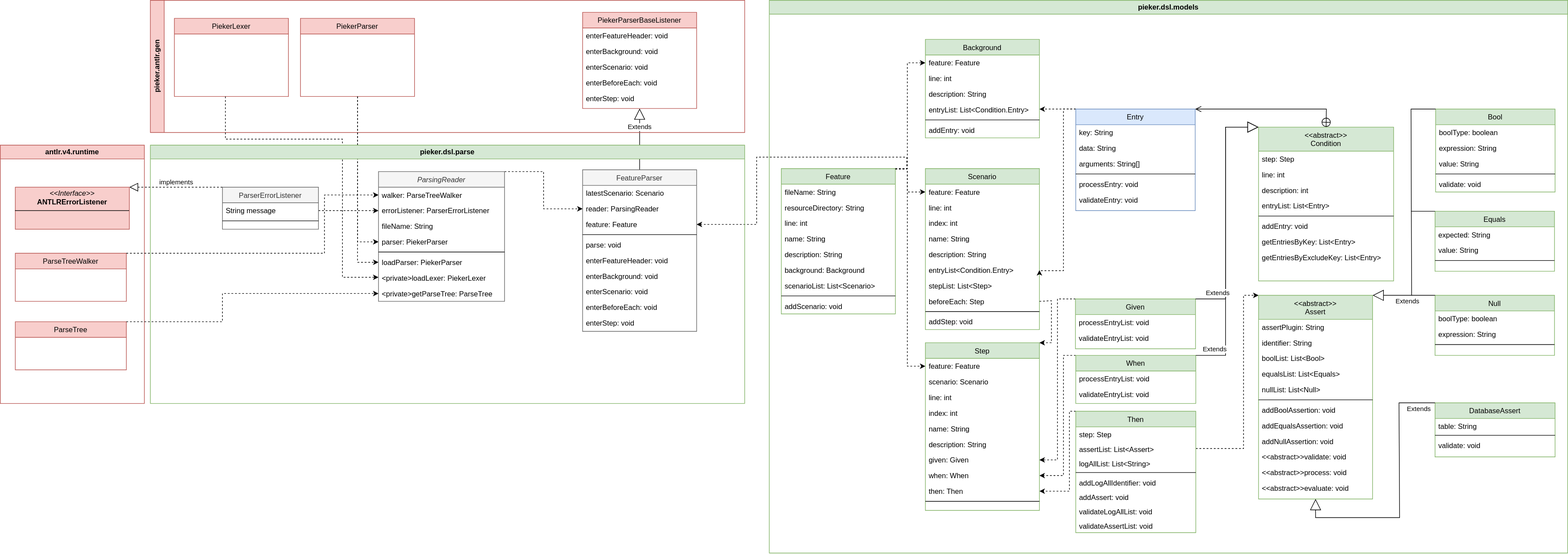
Before: dsl/doc/images/classdiagram-dsl.svg, a diagram exported from draw.io (PIEKER/Pieker). Source tidied: cells renumbered, new cells last; positions are measured from the earlier drawing's top-left corner, leaving out a move shared by most shapes.
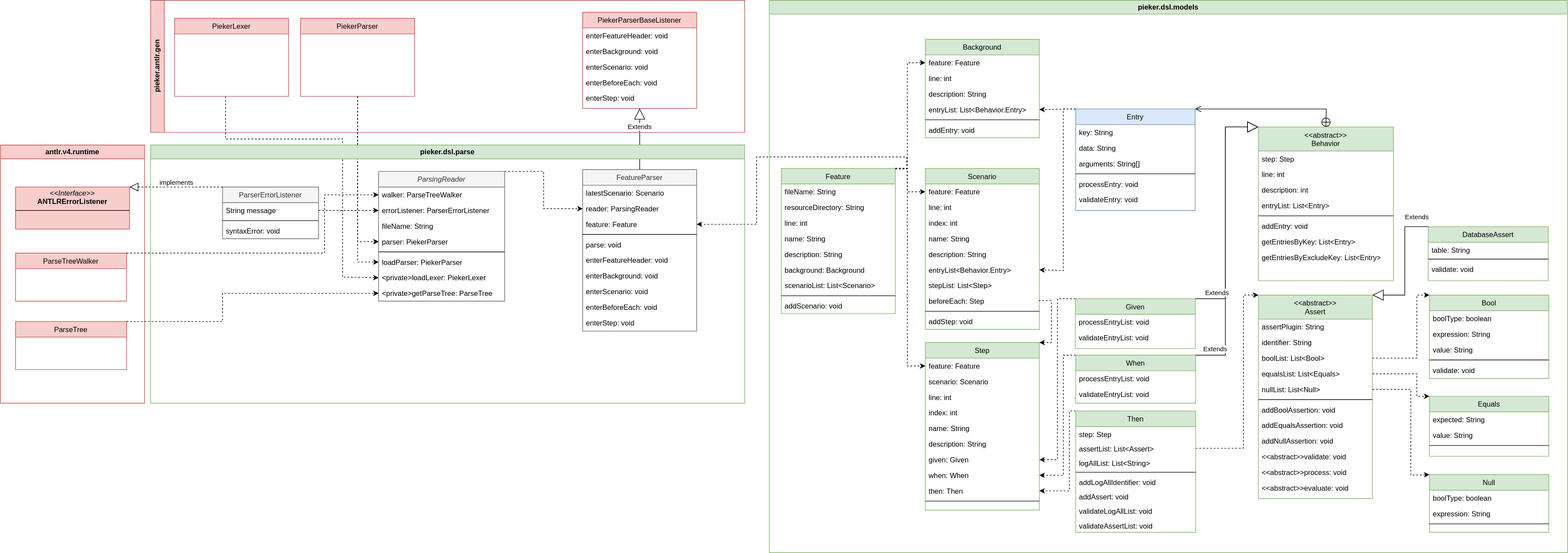
Later version of the same file.

The edit, as a diff of the source:
```diff
@@ -129,7 +129,7 @@
     <mxCell id="37" value="description: String" style="text;align=left;verticalAlign=top;spacingLeft=4;spacingRight=4;overflow=hidden;rounded=0;shadow=0;html=0;" parent="34" vertex="1">
       <mxGeometry y="78" width="190" height="26" as="geometry" />
     </mxCell>
-    <mxCell id="38" value="entryList: List&lt;Condition.Entry&gt;" style="text;align=left;verticalAlign=top;spacingLeft=4;spacingRight=4;overflow=hidden;points=[[0,0.5],[1,0.5]];portConstraint=eastwest;rounded=0;shadow=0;html=0;" parent="34" vertex="1">
+    <mxCell id="38" value="entryList: List&lt;Behavior.Entry&gt;" style="text;align=left;verticalAlign=top;spacingLeft=4;spacingRight=4;overflow=hidden;points=[[0,0.5],[1,0.5]];portConstraint=eastwest;rounded=0;shadow=0;html=0;" parent="34" vertex="1">
       <mxGeometry y="104" width="190" height="26" as="geometry" />
     </mxCell>
     <mxCell id="39" style="line;html=1;strokeWidth=1;align=left;verticalAlign=middle;spacingTop=-1;spacingLeft=3;spacingRight=3;labelPosition=right;" parent="34" vertex="1">
@@ -164,7 +164,7 @@
     <mxCell id="47" value="description: String" style="text;align=left;verticalAlign=top;spacingLeft=4;spacingRight=4;overflow=hidden;rounded=0;shadow=0;html=0;" parent="42" vertex="1">
       <mxGeometry y="130" width="190" height="26" as="geometry" />
     </mxCell>
-    <mxCell id="48" value="entryList&lt;Condition.Entry&gt;" style="text;align=left;verticalAlign=top;spacingLeft=4;spacingRight=4;overflow=hidden;points=[[0,0.5],[1,0.5]];portConstraint=eastwest;rounded=0;shadow=0;html=0;" parent="42" vertex="1">
+    <mxCell id="48" value="entryList&lt;Behavior.Entry&gt;" style="text;align=left;verticalAlign=top;spacingLeft=4;spacingRight=4;overflow=hidden;points=[[0,0.5],[1,0.5]];portConstraint=eastwest;rounded=0;shadow=0;html=0;" parent="42" vertex="1">
       <mxGeometry y="156" width="190" height="26" as="geometry" />
     </mxCell>
     <mxCell id="49" value="stepList: List&lt;Step&gt;" style="text;align=left;verticalAlign=top;spacingLeft=4;spacingRight=4;overflow=hidden;rounded=0;shadow=0;html=0;" parent="42" vertex="1">
@@ -212,7 +212,7 @@
     <mxCell id="63" style="line;html=1;strokeWidth=1;align=left;verticalAlign=middle;spacingTop=-1;spacingLeft=3;spacingRight=3;labelPosition=right;" parent="53" vertex="1">
       <mxGeometry y="260" width="190" height="8" as="geometry" />
     </mxCell>
-    <mxCell id="64" value="&lt;&lt;abstract&gt;&gt;&#10;Condition" style="swimlane;fontStyle=0;align=center;verticalAlign=top;horizontal=1;startSize=40;rounded=0;shadow=0;strokeWidth=1;fillColor=#d5e8d4;strokeColor=#82b366;" parent="22" vertex="1">
+    <mxCell id="64" value="&lt;&lt;abstract&gt;&gt;&#10;Behavior" style="swimlane;fontStyle=0;align=center;verticalAlign=top;horizontal=1;startSize=40;rounded=0;shadow=0;strokeWidth=1;fillColor=#d5e8d4;strokeColor=#82b366;" parent="22" vertex="1">
       <mxGeometry x="815" y="211" width="225" height="256" as="geometry" />
     </mxCell>
     <mxCell id="65" value="step: Step" style="text;align=left;verticalAlign=top;spacingLeft=4;spacingRight=4;overflow=hidden;" parent="64" vertex="1">
@@ -432,7 +432,7 @@
       <mxGeometry y="308" width="190" height="26" as="geometry" />
     </mxCell>
     <mxCell id="119" value="Equals" style="swimlane;fontStyle=0;align=center;verticalAlign=top;horizontal=1;startSize=26;rounded=0;shadow=0;strokeWidth=1;fillColor=#d5e8d4;strokeColor=#82b366;" parent="22" vertex="1">
-      <mxGeometry x="1109" y="351" width="199" height="100" as="geometry" />
+      <mxGeometry x="1100" y="659.5" width="199" height="100" as="geometry" />
     </mxCell>
     <mxCell id="120" value="expected: String" style="text;align=left;verticalAlign=top;spacingLeft=4;spacingRight=4;overflow=hidden;rounded=0;shadow=0;html=0;" parent="119" vertex="1">
       <mxGeometry y="26" width="199" height="26" as="geometry" />
@@ -444,7 +444,7 @@
       <mxGeometry y="78" width="199" height="8" as="geometry" />
     </mxCell>
     <mxCell id="123" value="Bool" style="swimlane;fontStyle=0;align=center;verticalAlign=top;horizontal=1;startSize=26;rounded=0;shadow=0;strokeWidth=1;fillColor=#d5e8d4;strokeColor=#82b366;" parent="22" vertex="1">
-      <mxGeometry x="1110" y="181" width="199" height="138" as="geometry" />
+      <mxGeometry x="1100" y="491" width="199" height="139" as="geometry" />
     </mxCell>
     <mxCell id="124" value="boolType: boolean" style="text;align=left;verticalAlign=top;spacingLeft=4;spacingRight=4;overflow=hidden;" parent="123" vertex="1">
       <mxGeometry y="26" width="199" height="26" as="geometry" />
@@ -462,7 +462,7 @@
       <mxGeometry y="112" width="199" height="26" as="geometry" />
     </mxCell>
     <mxCell id="129" value="Null" style="swimlane;fontStyle=0;align=center;verticalAlign=top;horizontal=1;startSize=26;rounded=0;shadow=0;strokeWidth=1;fillColor=#d5e8d4;strokeColor=#82b366;" parent="22" vertex="1">
-      <mxGeometry x="1109" y="491" width="199" height="100" as="geometry" />
+      <mxGeometry x="1100" y="790" width="199" height="96" as="geometry" />
     </mxCell>
     <mxCell id="130" value="boolType: boolean" style="text;align=left;verticalAlign=top;spacingLeft=4;spacingRight=4;overflow=hidden;" parent="129" vertex="1">
       <mxGeometry y="26" width="199" height="26" as="geometry" />
@@ -474,7 +474,7 @@
       <mxGeometry y="78" width="199" height="8" as="geometry" />
     </mxCell>
     <mxCell id="133" value="DatabaseAssert" style="swimlane;fontStyle=0;align=center;verticalAlign=top;horizontal=1;startSize=26;rounded=0;shadow=0;strokeWidth=1;fillColor=#d5e8d4;strokeColor=#82b366;" parent="22" vertex="1">
-      <mxGeometry x="1109" y="670" width="200" height="90" as="geometry" />
+      <mxGeometry x="1098" y="377" width="200" height="90" as="geometry" />
     </mxCell>
     <mxCell id="134" value="table: String" style="text;align=left;verticalAlign=top;spacingLeft=4;spacingRight=4;overflow=hidden;" parent="133" vertex="1">
       <mxGeometry y="26" width="200" height="24" as="geometry" />
@@ -485,29 +485,39 @@
     <mxCell id="136" value="validate: void" style="text;align=left;verticalAlign=top;spacingLeft=4;spacingRight=4;overflow=hidden;" parent="133" vertex="1">
       <mxGeometry y="58" width="200" height="24" as="geometry" />
     </mxCell>
-    <mxCell id="137" value="Extends" style="endArrow=block;endSize=16;endFill=0;html=1;rounded=0;exitX=0;exitY=0;exitDx=0;exitDy=0;entryX=0.5;entryY=1;entryDx=0;entryDy=0;" parent="22" edge="1" source="133" target="106">
-      <mxGeometry x="-0.87" y="10" relative="1" as="geometry">
+    <mxCell id="137" value="Extends" style="endArrow=block;endSize=16;endFill=0;html=1;rounded=0;exitX=0;exitY=0;exitDx=0;exitDy=0;entryX=1;entryY=0;entryDx=0;entryDy=0;" parent="22" edge="1" source="133" target="106">
+      <mxGeometry x="-0.82" y="-16" relative="1" as="geometry">
         <Array as="points">
-          <mxPoint x="1049" y="670" />
-          <mxPoint x="1050" y="861" />
-          <mxPoint x="910" y="861" />
+          <mxPoint x="1059" y="377" />
+          <mxPoint x="1059" y="491" />
         </Array>
       </mxGeometry>
     </mxCell>
-    <mxCell id="138" value="Extends" style="endArrow=block;endSize=16;endFill=0;html=1;rounded=0;exitX=0;exitY=0;exitDx=0;exitDy=0;entryX=1;entryY=0;entryDx=0;entryDy=0;" parent="22" edge="1" source="123" target="106">
-      <mxGeometry x="0.72" y="10" relative="1" as="geometry">
-        <Array as="points">
-          <mxPoint x="1069" y="181" />
-          <mxPoint x="1070" y="491" />
-        </Array>
-      </mxGeometry>
-    </mxCell>
-    <mxCell id="139" style="endArrow=none;html=1;rounded=0;entryX=0;entryY=0;entryDx=0;entryDy=0;" parent="22" edge="1">
-      <mxGeometry relative="1" as="geometry">
-        <mxPoint x="1070" y="491" as="sourcePoint" />
-        <mxPoint x="1109" y="491" as="targetPoint" />
-      </mxGeometry>
-    </mxCell>
+    <mxCell id="169" style="edgeStyle=orthogonalEdgeStyle;rounded=0;jettySize=auto;html=1;entryX=0;entryY=0;entryDx=0;entryDy=0;dashed=1;" parent="22" edge="1" source="109" target="123">
+      <mxGeometry relative="1" as="geometry">
+        <Array as="points">
+          <mxPoint x="1079" y="596" />
+          <mxPoint x="1079" y="491" />
+        </Array>
+      </mxGeometry>
+    </mxCell>
+    <mxCell id="170" style="edgeStyle=orthogonalEdgeStyle;rounded=0;jettySize=auto;html=1;entryX=0;entryY=0;entryDx=0;entryDy=0;dashed=1;" parent="22" edge="1" source="111" target="129">
+      <mxGeometry relative="1" as="geometry">
+        <Array as="points">
+          <mxPoint x="1069" y="648" />
+          <mxPoint x="1069" y="791" />
+          <mxPoint x="1100" y="791" />
+        </Array>
+      </mxGeometry>
+    </mxCell>
+    <mxCell id="171" style="edgeStyle=orthogonalEdgeStyle;rounded=0;jettySize=auto;html=1;entryX=0;entryY=0;entryDx=0;entryDy=0;dashed=1;" parent="22" edge="1" source="110" target="119">
+      <mxGeometry relative="1" as="geometry">
+        <Array as="points">
+          <mxPoint x="1079" y="622" />
+          <mxPoint x="1079" y="659" />
+        </Array>
+      </mxGeometry>
+    </mxCell>
     <mxCell id="140" style="edgeStyle=orthogonalEdgeStyle;rounded=0;jettySize=auto;html=1;entryX=1;entryY=0.5;entryDx=0;entryDy=0;dashed=1;" parent="1" edge="1" source="24" target="159">
       <mxGeometry relative="1" as="geometry">
         <Array as="points">
@@ -565,7 +575,7 @@
       </mxGeometry>
     </mxCell>
     <mxCell id="153" value="ParserErrorListener" style="swimlane;fontStyle=0;align=center;verticalAlign=top;horizontal=1;startSize=26;rounded=0;shadow=0;strokeWidth=1;fillColor=#f5f5f5;fontColor=#333333;strokeColor=#666666;" parent="141" vertex="1">
-      <mxGeometry x="120" y="70" width="160" height="70" as="geometry" />
+      <mxGeometry x="120" y="70" width="160" height="86" as="geometry" />
     </mxCell>
     <mxCell id="154" value="String message" style="text;align=left;verticalAlign=top;spacingLeft=4;spacingRight=4;overflow=hidden;points=[[0,0.5],[1,0.5]];portConstraint=eastwest;" parent="153" vertex="1">
       <mxGeometry y="26" width="160" height="26" as="geometry" />
@@ -573,6 +583,9 @@
     <mxCell id="155" style="line;html=1;strokeWidth=1;align=left;verticalAlign=middle;spacingTop=-1;spacingLeft=3;spacingRight=3;labelPosition=right;" parent="153" vertex="1">
       <mxGeometry y="52" width="160" height="8" as="geometry" />
     </mxCell>
+    <mxCell id="172" value="syntaxError: void" style="text;align=left;verticalAlign=top;spacingLeft=4;spacingRight=4;overflow=hidden;" parent="153" vertex="1">
+      <mxGeometry y="60" width="160" height="26" as="geometry" />
+    </mxCell>
     <mxCell id="156" value="FeatureParser" style="swimlane;fontStyle=0;align=center;verticalAlign=top;horizontal=1;startSize=26;rounded=0;shadow=0;strokeWidth=1;fillColor=#f5f5f5;fontColor=#333333;strokeColor=#666666;" parent="141" vertex="1">
       <mxGeometry x="720" y="41" width="190" height="269" as="geometry" />
     </mxCell>
@@ -614,10 +627,5 @@
         </Array>
       </mxGeometry>
     </mxCell>
-    <mxCell id="168" style="endArrow=none;html=1;rounded=0;entryX=0;entryY=0;entryDx=0;entryDy=0;" parent="1" edge="1" target="119">
-      <mxGeometry relative="1" as="geometry">
-        <mxPoint x="2350" y="351" as="sourcePoint" />
-      </mxGeometry>
-    </mxCell>
   </root>
 </mxGraphModel>
```
